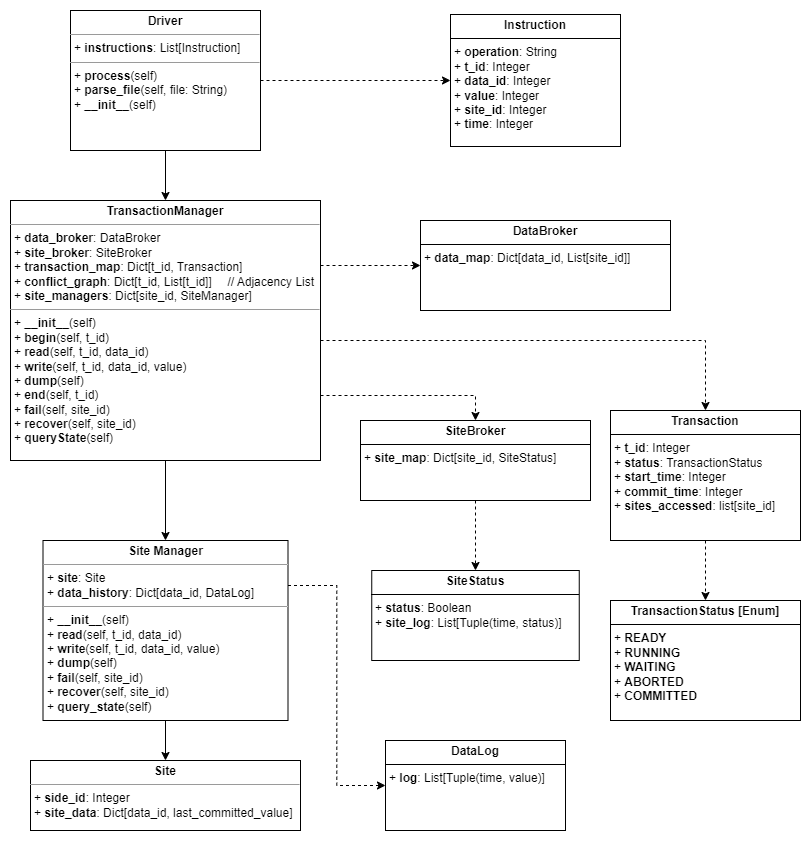
Before: uml_diagram.png, a diagram exported from draw.io (akash13s/replicated-concurrent-db). Source tidied: cells renumbered, new cells last; positions are measured from the earlier drawing's top-left corner, leaving out a move shared by most shapes.
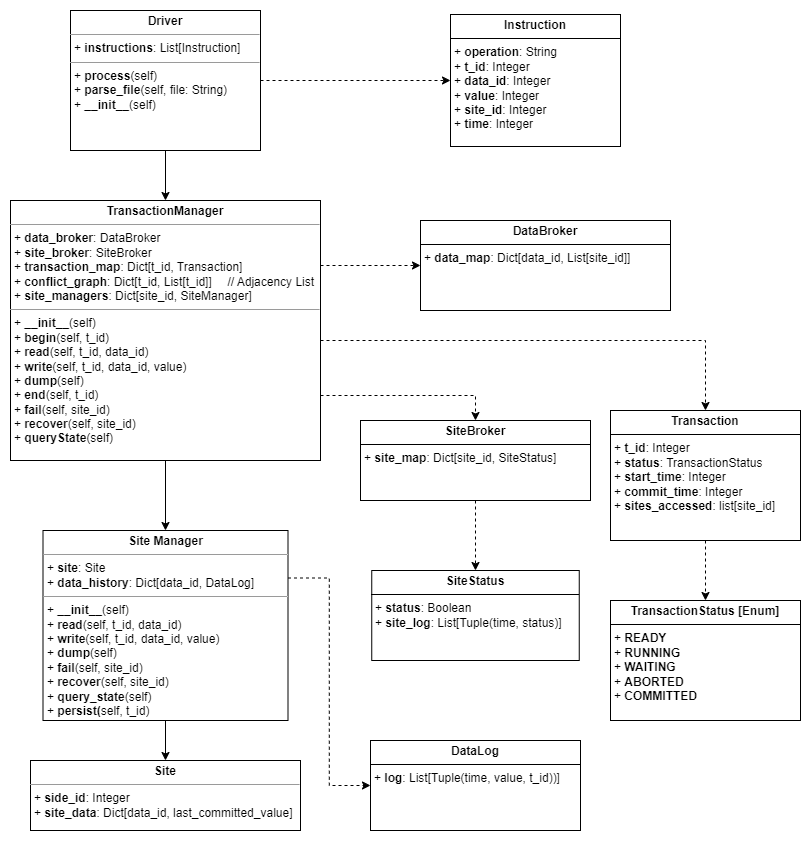
After the commit.

Commit message:
Update UML Diagram image

What changed in the source:
```diff
@@ -40,8 +40,8 @@
     <mxCell id="12" style="edgeStyle=orthogonalEdgeStyle;rounded=0;jettySize=auto;html=1;exitX=1;exitY=0.25;exitDx=0;exitDy=0;entryX=0;entryY=0.5;entryDx=0;entryDy=0;dashed=1;" parent="1" edge="1" source="13" target="21">
       <mxGeometry relative="1" as="geometry" />
     </mxCell>
-    <mxCell id="13" value="&lt;p style=&quot;margin:0px;margin-top:4px;text-align:center;&quot;&gt;&lt;b&gt;Site Manager&lt;/b&gt;&lt;/p&gt;&lt;hr size=&quot;1&quot;&gt;&lt;p style=&quot;margin:0px;margin-left:4px;&quot;&gt;+ &lt;b&gt;site&lt;/b&gt;: Site&lt;/p&gt;&lt;p style=&quot;margin:0px;margin-left:4px;&quot;&gt;+ &lt;b&gt;data_history&lt;/b&gt;: Dict[data_id, DataLog]&lt;/p&gt;&lt;hr size=&quot;1&quot;&gt;&lt;p style=&quot;margin: 0px 0px 0px 4px;&quot;&gt;+ &lt;b&gt;__init__&lt;/b&gt;(self)&lt;/p&gt;&lt;p style=&quot;margin: 0px 0px 0px 4px;&quot;&gt;+ &lt;b&gt;read&lt;/b&gt;(self, t_id, data_id)&lt;/p&gt;&lt;p style=&quot;margin: 0px 0px 0px 4px;&quot;&gt;+ &lt;b&gt;write&lt;/b&gt;(self, t_id, data_id, value)&lt;/p&gt;&lt;p style=&quot;margin: 0px 0px 0px 4px;&quot;&gt;+ &lt;b&gt;dump&lt;/b&gt;(self)&lt;/p&gt;&lt;p style=&quot;margin: 0px 0px 0px 4px;&quot;&gt;&lt;span style=&quot;background-color: initial;&quot;&gt;+ &lt;b&gt;fail&lt;/b&gt;(self, site_id)&lt;/span&gt;&lt;/p&gt;&lt;p style=&quot;margin: 0px 0px 0px 4px;&quot;&gt;+ &lt;b&gt;recover&lt;/b&gt;(self, site_id)&lt;/p&gt;&lt;p style=&quot;margin: 0px 0px 0px 4px;&quot;&gt;+ &lt;b&gt;query_state&lt;/b&gt;(self)&lt;/p&gt;&lt;p style=&quot;margin: 0px 0px 0px 4px;&quot;&gt;&lt;br&gt;&lt;/p&gt;" style="verticalAlign=top;align=left;overflow=fill;fontSize=12;fontFamily=Helvetica;html=1;rounded=0;shadow=0;comic=0;labelBackgroundColor=none;strokeWidth=1;" parent="1" vertex="1">
-      <mxGeometry x="32.5" y="530" width="245" height="180" as="geometry" />
+    <mxCell id="13" value="&lt;p style=&quot;margin:0px;margin-top:4px;text-align:center;&quot;&gt;&lt;b&gt;Site Manager&lt;/b&gt;&lt;/p&gt;&lt;hr size=&quot;1&quot;&gt;&lt;p style=&quot;margin:0px;margin-left:4px;&quot;&gt;+ &lt;b&gt;site&lt;/b&gt;: Site&lt;/p&gt;&lt;p style=&quot;margin:0px;margin-left:4px;&quot;&gt;+ &lt;b&gt;data_history&lt;/b&gt;: Dict[data_id, DataLog]&lt;/p&gt;&lt;hr size=&quot;1&quot;&gt;&lt;p style=&quot;margin: 0px 0px 0px 4px;&quot;&gt;+ &lt;b&gt;__init__&lt;/b&gt;(self)&lt;/p&gt;&lt;p style=&quot;margin: 0px 0px 0px 4px;&quot;&gt;+ &lt;b&gt;read&lt;/b&gt;(self, t_id, data_id)&lt;/p&gt;&lt;p style=&quot;margin: 0px 0px 0px 4px;&quot;&gt;+ &lt;b&gt;write&lt;/b&gt;(self, t_id, data_id, value)&lt;/p&gt;&lt;p style=&quot;margin: 0px 0px 0px 4px;&quot;&gt;+ &lt;b&gt;dump&lt;/b&gt;(self)&lt;/p&gt;&lt;p style=&quot;margin: 0px 0px 0px 4px;&quot;&gt;&lt;span style=&quot;background-color: initial;&quot;&gt;+ &lt;b&gt;fail&lt;/b&gt;(self, site_id)&lt;/span&gt;&lt;/p&gt;&lt;p style=&quot;margin: 0px 0px 0px 4px;&quot;&gt;+ &lt;b&gt;recover&lt;/b&gt;(self, site_id)&lt;/p&gt;&lt;p style=&quot;margin: 0px 0px 0px 4px;&quot;&gt;+ &lt;b&gt;query_state&lt;/b&gt;(self)&lt;/p&gt;&lt;p style=&quot;margin: 0px 0px 0px 4px;&quot;&gt;+ &lt;b&gt;persist(&lt;/b&gt;self, t_id)&lt;/p&gt;" style="verticalAlign=top;align=left;overflow=fill;fontSize=12;fontFamily=Helvetica;html=1;rounded=0;shadow=0;comic=0;labelBackgroundColor=none;strokeWidth=1;" parent="1" vertex="1">
+      <mxGeometry x="32.5" y="520" width="245" height="190" as="geometry" />
     </mxCell>
     <mxCell id="14" value="&lt;p style=&quot;margin:0px;margin-top:4px;text-align:center;&quot;&gt;&lt;b&gt;Instruction&lt;/b&gt;&lt;/p&gt;&lt;hr size=&quot;1&quot; style=&quot;border-style:solid;&quot;&gt;&lt;p style=&quot;margin:0px;margin-left:4px;&quot;&gt;+ &lt;b&gt;operation&lt;/b&gt;: String&lt;/p&gt;&lt;p style=&quot;margin:0px;margin-left:4px;&quot;&gt;+ &lt;b&gt;t_id&lt;/b&gt;: Integer&lt;/p&gt;&lt;p style=&quot;margin:0px;margin-left:4px;&quot;&gt;+ &lt;b&gt;data_id&lt;/b&gt;: Integer&lt;/p&gt;&lt;p style=&quot;margin:0px;margin-left:4px;&quot;&gt;+ &lt;b&gt;value&lt;/b&gt;: Integer&lt;/p&gt;&lt;p style=&quot;margin:0px;margin-left:4px;&quot;&gt;+ &lt;b&gt;site_id&lt;/b&gt;: Integer&lt;/p&gt;&lt;p style=&quot;margin:0px;margin-left:4px;&quot;&gt;+ &lt;b&gt;time&lt;/b&gt;: Integer&lt;/p&gt;&lt;p style=&quot;margin:0px;margin-left:4px;&quot;&gt;&lt;br&gt;&lt;/p&gt;" style="verticalAlign=top;align=left;overflow=fill;html=1;whiteSpace=wrap;" parent="1" vertex="1">
       <mxGeometry x="440" y="4" width="170" height="132" as="geometry" />
@@ -64,8 +64,8 @@
     <mxCell id="20" value="&lt;p style=&quot;margin:0px;margin-top:4px;text-align:center;&quot;&gt;&lt;b&gt;SiteStatus&lt;/b&gt;&lt;/p&gt;&lt;hr size=&quot;1&quot; style=&quot;border-style:solid;&quot;&gt;&lt;p style=&quot;margin:0px;margin-left:4px;&quot;&gt;&lt;span style=&quot;background-color: initial;&quot;&gt;+ &lt;b&gt;status&lt;/b&gt;: Boolean&lt;/span&gt;&lt;/p&gt;&lt;p style=&quot;margin:0px;margin-left:4px;&quot;&gt;&lt;span style=&quot;background-color: initial;&quot;&gt;+ &lt;b&gt;site_log&lt;/b&gt;: List[Tuple(time, status)]&lt;/span&gt;&lt;/p&gt;" style="verticalAlign=top;align=left;overflow=fill;html=1;whiteSpace=wrap;" parent="1" vertex="1">
       <mxGeometry x="361.2" y="560" width="207.5" height="90" as="geometry" />
     </mxCell>
-    <mxCell id="21" value="&lt;p style=&quot;margin:0px;margin-top:4px;text-align:center;&quot;&gt;&lt;b&gt;DataLog&lt;/b&gt;&lt;/p&gt;&lt;hr size=&quot;1&quot; style=&quot;border-style:solid;&quot;&gt;&lt;p style=&quot;margin:0px;margin-left:4px;&quot;&gt;&lt;span style=&quot;background-color: initial;&quot;&gt;+ &lt;b&gt;log&lt;/b&gt;: List[Tuple(time, value)]&lt;/span&gt;&lt;/p&gt;" style="verticalAlign=top;align=left;overflow=fill;html=1;whiteSpace=wrap;" parent="1" vertex="1">
-      <mxGeometry x="375" y="730" width="180" height="90" as="geometry" />
+    <mxCell id="21" value="&lt;p style=&quot;margin:0px;margin-top:4px;text-align:center;&quot;&gt;&lt;b&gt;DataLog&lt;/b&gt;&lt;/p&gt;&lt;hr size=&quot;1&quot; style=&quot;border-style:solid;&quot;&gt;&lt;p style=&quot;margin:0px;margin-left:4px;&quot;&gt;&lt;span style=&quot;background-color: initial;&quot;&gt;+ &lt;b&gt;log&lt;/b&gt;: List[Tuple(time, value, t_id))]&lt;/span&gt;&lt;/p&gt;" style="verticalAlign=top;align=left;overflow=fill;html=1;whiteSpace=wrap;" parent="1" vertex="1">
+      <mxGeometry x="360" y="730" width="210" height="90" as="geometry" />
     </mxCell>
     <mxCell id="22" value="&lt;p style=&quot;margin:0px;margin-top:4px;text-align:center;&quot;&gt;&lt;b&gt;TransactionStatus [Enum]&lt;/b&gt;&lt;/p&gt;&lt;hr size=&quot;1&quot; style=&quot;border-style:solid;&quot;&gt;&lt;p style=&quot;margin:0px;margin-left:4px;&quot;&gt;+ &lt;b&gt;READY&lt;/b&gt;&lt;/p&gt;&lt;p style=&quot;margin:0px;margin-left:4px;&quot;&gt;+ &lt;b&gt;RUNNING&lt;/b&gt;&lt;/p&gt;&lt;p style=&quot;margin:0px;margin-left:4px;&quot;&gt;+ &lt;b&gt;WAITING&lt;/b&gt;&lt;/p&gt;&lt;p style=&quot;margin:0px;margin-left:4px;&quot;&gt;+ &lt;b&gt;ABORTED&lt;/b&gt;&lt;/p&gt;&lt;p style=&quot;margin:0px;margin-left:4px;&quot;&gt;+ &lt;b&gt;COMMITTED&lt;/b&gt;&lt;/p&gt;" style="verticalAlign=top;align=left;overflow=fill;html=1;whiteSpace=wrap;" parent="1" vertex="1">
       <mxGeometry x="600" y="590" width="190" height="120" as="geometry" />
```
